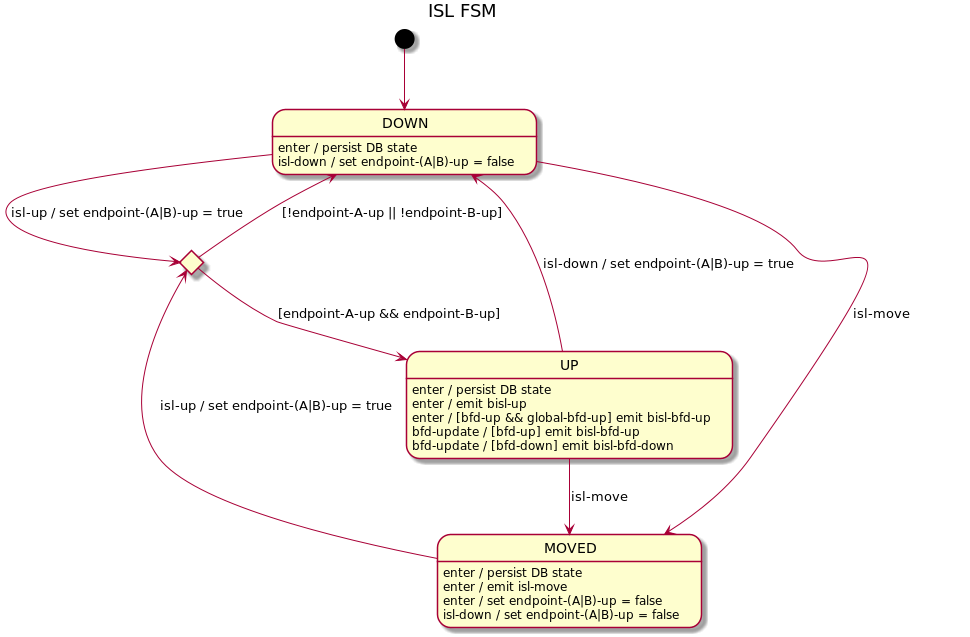
The PlantUML diagram docs/design/network-discovery/ISL-FSM.png in telstra/open-kilda, before a commit.
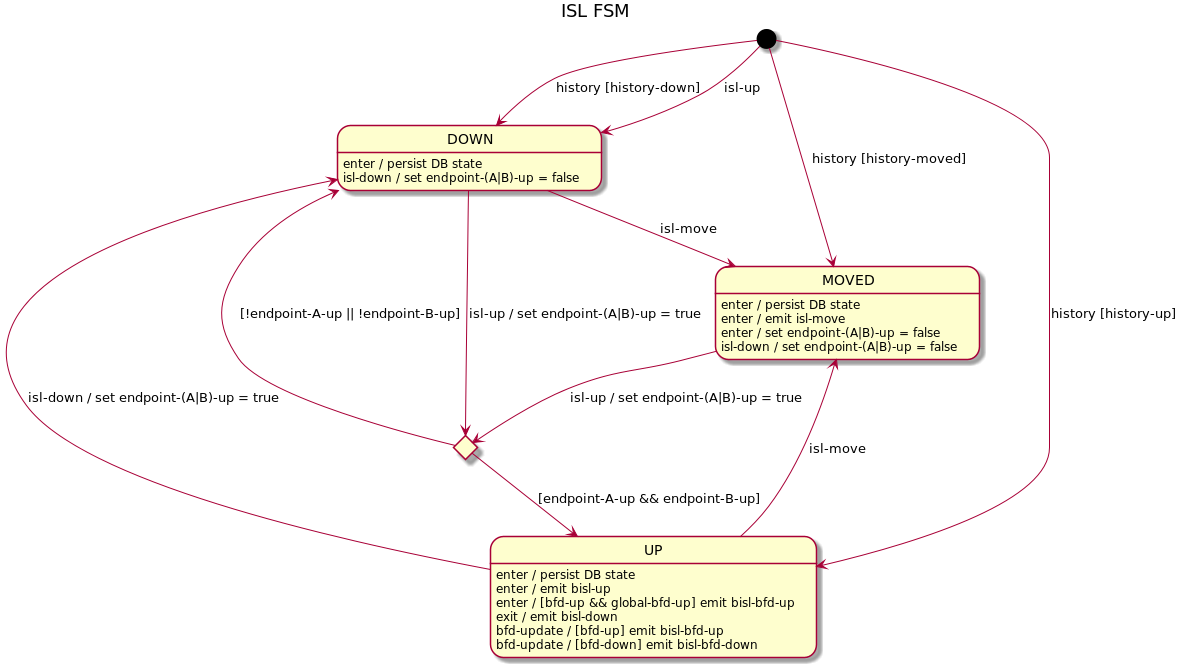
Above is the later version.

Commit message:
update docs/design/network-discovery/ISL-FSM.png to actual

Change to the diagram source:
```diff
@@ -1,7 +1,10 @@
 @startuml
 title ISL FSM
 
-[*] --> DOWN
+[*] --> DOWN : history [history-down]
+[*] --> DOWN : isl-up
+[*] --> UP : history [history-up]
+[*] --> MOVED : history [history-moved]
 
 state upAttempt <<choice>>
 
@@ -18,6 +21,7 @@
 UP : enter / persist DB state
 UP : enter / emit bisl-up
 UP : enter / [bfd-up && global-bfd-up] emit bisl-bfd-up
+UP : exit / emit bisl-down
 UP : bfd-update / [bfd-up] emit bisl-bfd-up
 UP : bfd-update / [bfd-down] emit bisl-bfd-down
 
```
